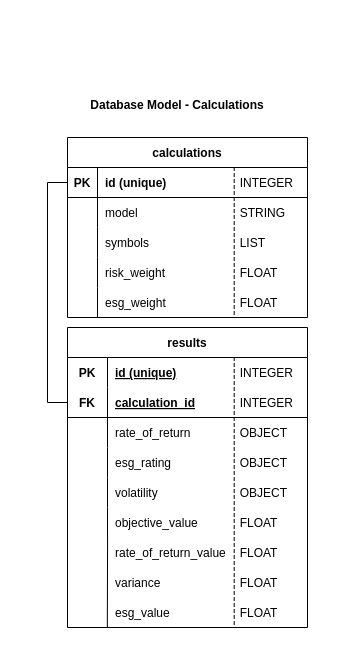
openkfw/qupo keeps this draw.io diagram as docs/db/db_model_calculations.drawio. Above is the earlier version. Source tidied: cells renumbered, new cells numbered last; positions are measured from the earlier drawing's top-left corner, leaving out a move shared by most shapes. Both pictures are drawn from the tidied source at 100%, with x=0, y=0 at pixel (17, 77).
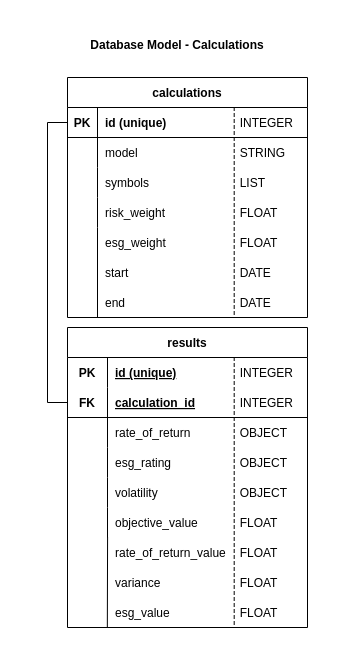
The same page after the edit.

Commit message (it also covers changes not shown here):
Update database model and add timestamp

What changed in the source:
```diff
@@
     <mxCell id="2" value="&lt;br&gt;Database Model - Calculations" style="rounded=0;whiteSpace=wrap;html=1;verticalAlign=top;fontStyle=1;strokeWidth=0;strokeColor=none;" parent="1" vertex="1">
-      <mxGeometry width="320" height="570" as="geometry" />
+      <mxGeometry y="-60" width="320" height="630" as="geometry" />
     </mxCell>
@@
     <mxCell id="35" style="group;" parent="1" vertex="1">
-      <mxGeometry x="50" y="60" width="240" height="180" as="geometry" />
+      <mxGeometry x="50" width="240" height="240" as="geometry" />
     </mxCell>
     <mxCell id="36" value="calculations" style="shape=table;startSize=30;childLayout=tableLayout;rowLines=0;fontStyle=1;align=center;" parent="35" vertex="1">
-      <mxGeometry width="240" height="180" as="geometry" />
+      <mxGeometry width="240" height="240" as="geometry" />
     </mxCell>
@@
+    <mxCell id="80" value="start" style="shape=partialRectangle;fillColor=none;top=0;left=0;bottom=0;right=0;align=left;spacingLeft=6;overflow=hidden;" parent="35" vertex="1">
+      <mxGeometry x="30" y="180" width="210" height="30" as="geometry" />
+    </mxCell>
+    <mxCell id="81" value="  DATE" style="shape=partialRectangle;fillColor=none;align=left;verticalAlign=middle;strokeColor=none;spacingLeft=34;" parent="35" vertex="1">
+      <mxGeometry x="130" y="180" width="110" height="30" as="geometry" />
+    </mxCell>
+    <mxCell id="82" style="shape=partialRectangle;top=0;left=0;bottom=0;fillColor=none;stokeWidth=1;dashed=1;align=left;verticalAlign=middle;spacingLeft=4;spacingRight=4;overflow=hidden;" parent="81" vertex="1">
+      <mxGeometry width="36.7" height="30" as="geometry" />
+    </mxCell>
@@
     <mxCell id="74" value="  FLOAT" style="shape=partialRectangle;fillColor=none;align=left;verticalAlign=middle;strokeColor=none;spacingLeft=34;" parent="1" vertex="1">
-      <mxGeometry x="180" y="210" width="110" height="30" as="geometry" />
+      <mxGeometry x="180" y="150" width="110" height="30" as="geometry" />
     </mxCell>
@@
     <mxCell id="76" style="shape=tableRow;horizontal=0;startSize=0;swimlaneHead=0;swimlaneBody=0;fillColor=none;top=0;left=0;right=0;bottom=0;" parent="1" vertex="1">
-      <mxGeometry x="50" y="210" width="240" height="30" as="geometry" />
+      <mxGeometry x="50" y="150" width="240" height="30" as="geometry" />
     </mxCell>
-    <mxCell id="77" style="shape=partialRectangle;fillColor=none;top=0;left=0;bottom=0;right=0;overflow=hidden;" parent="76" vertex="1">
-      <mxGeometry width="30" height="30" as="geometry" />
-    </mxCell>
@@
     <mxCell id="79" style="endArrow=none;html=1;rounded=0;" parent="1" edge="1">
       <mxGeometry relative="1" as="geometry">
         <mxPoint x="80" y="240" as="sourcePoint" />
-        <mxPoint x="80" y="210" as="targetPoint" />
+        <mxPoint x="80" y="150" as="targetPoint" />
       </mxGeometry>
     </mxCell>
+    <mxCell id="83" style="shape=tableRow;horizontal=0;startSize=0;swimlaneHead=0;swimlaneBody=0;fillColor=none;top=0;left=0;right=0;bottom=0;" parent="1" vertex="1">
+      <mxGeometry x="50" y="210" width="240" height="30" as="geometry" />
+    </mxCell>
+    <mxCell id="84" value="end" style="shape=partialRectangle;fillColor=none;top=0;left=0;bottom=0;right=0;align=left;spacingLeft=6;overflow=hidden;" parent="83" vertex="1">
+      <mxGeometry x="30" width="210" height="30" as="geometry" />
+    </mxCell>
+    <mxCell id="85" value="  DATE" style="shape=partialRectangle;fillColor=none;align=left;verticalAlign=middle;strokeColor=none;spacingLeft=34;" parent="1" vertex="1">
+      <mxGeometry x="180" y="210" width="110" height="30" as="geometry" />
+    </mxCell>
+    <mxCell id="86" style="shape=partialRectangle;top=0;left=0;bottom=0;fillColor=none;stokeWidth=1;dashed=1;align=left;verticalAlign=middle;spacingLeft=4;spacingRight=4;overflow=hidden;" parent="85" vertex="1">
+      <mxGeometry width="36.7" height="30" as="geometry" />
+    </mxCell>
```
